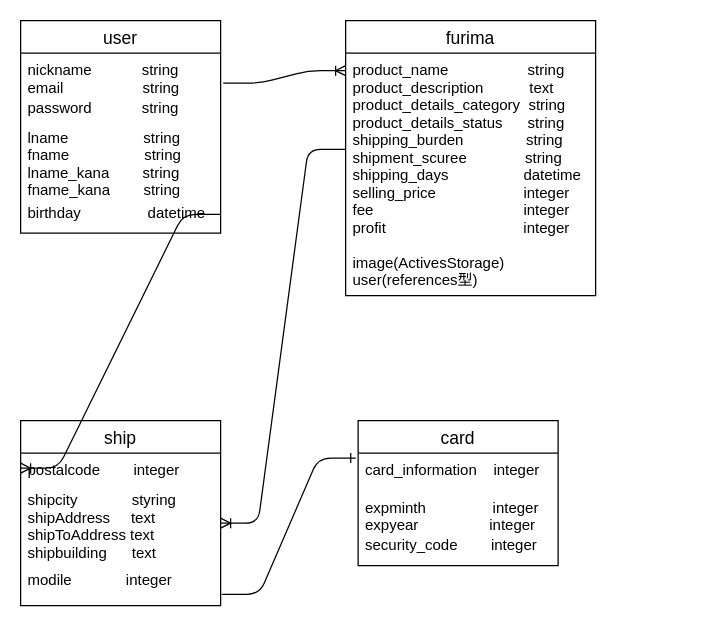
The draw.io diagram furima.dio in MasatakaTsuji/furima-30500, before the edit. Source tidied: cells renumbered, new cells numbered last; positions are measured from the earlier drawing's top-left corner, leaving out a move shared by most shapes. Both pictures are drawn from the tidied source at 125%, with x=0, y=0 at pixel (20, 20).
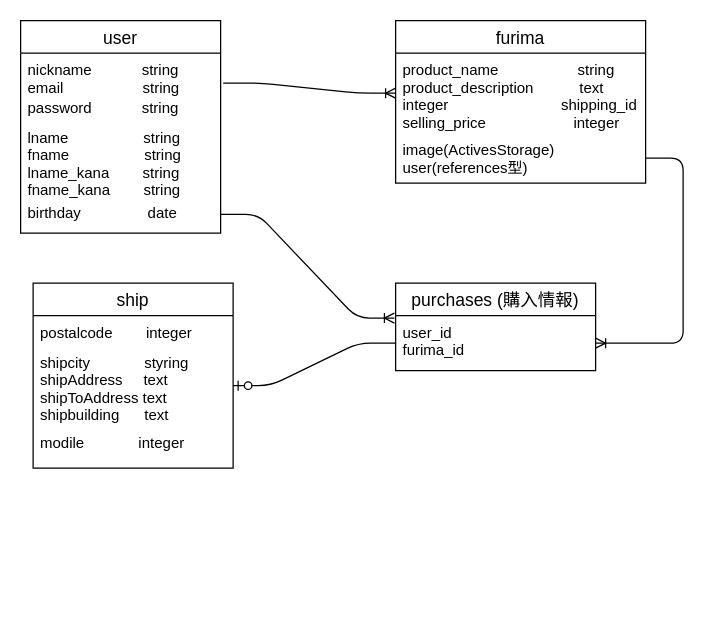
The same diagram, later.

The change refers to these unchanged cells:
```xml
<mxCell id="2" value="user" style="swimlane;fontStyle=0;horizontal=1;startSize=26;align=center;fontSize=14;" parent="1" vertex="1">
  <mxGeometry width="160" height="170" as="geometry" />
</mxCell>
<mxCell id="3" value="nickname            string&#10;email                   string " style="text;strokeColor=none;fillColor=none;spacingLeft=4;spacingRight=4;overflow=hidden;points=[[0,0.5],[1,0.5]];portConstraint=eastwest;fontSize=12;" parent="2" vertex="1">
  <mxGeometry y="26" width="160" height="30" as="geometry" />
</mxCell>
<mxCell id="8" value="postalcode        integer&#10;" style="text;strokeColor=none;fillColor=none;spacingLeft=4;spacingRight=4;overflow=hidden;points=[[0,0.5],[1,0.5]];portConstraint=eastwest;fontSize=12;" parent="7" vertex="1">
  <mxGeometry y="26" width="160" height="24" as="geometry" />
</mxCell>
<mxCell id="9" value="shipcity             styring&#10;shipAddress     text&#10;shipToAddress text&#10;shipbuilding      text" style="text;strokeColor=none;fillColor=none;spacingLeft=4;spacingRight=4;overflow=hidden;points=[[0,0.5],[1,0.5]];portConstraint=eastwest;fontSize=12;" parent="7" vertex="1">
  <mxGeometry y="50" width="160" height="64" as="geometry" />
</mxCell>
<mxCell id="10" value="modile             integer" style="text;strokeColor=none;fillColor=none;spacingLeft=4;spacingRight=4;overflow=hidden;points=[[0,0.5],[1,0.5]];portConstraint=eastwest;fontSize=12;" parent="7" vertex="1">
  <mxGeometry y="114" width="160" height="34" as="geometry" />
</mxCell>
```

Diff of the diagram source:
```diff
@@
-    <mxCell id="6" value="birthday                datetime" style="text;strokeColor=none;fillColor=none;spacingLeft=4;spacingRight=4;overflow=hidden;points=[[0,0.5],[1,0.5]];portConstraint=eastwest;fontSize=12;" parent="2" vertex="1">
+    <mxCell id="6" value="birthday                date" style="text;strokeColor=none;fillColor=none;spacingLeft=4;spacingRight=4;overflow=hidden;points=[[0,0.5],[1,0.5]];portConstraint=eastwest;fontSize=12;" parent="2" vertex="1">
       <mxGeometry y="140" width="160" height="30" as="geometry" />
     </mxCell>
+    <mxCell id="15" style="edgeStyle=entityRelationEdgeStyle;fontSize=12;html=1;endArrow=ERoneToMany;exitX=1.013;exitY=0.8;exitDx=0;exitDy=0;exitPerimeter=0;" parent="1" edge="1" source="3" target="17">
+      <mxGeometry relative="1" as="geometry" />
+    </mxCell>
+    <mxCell id="19" style="edgeStyle=entityRelationEdgeStyle;fontSize=12;html=1;endArrow=ERoneToMany;entryX=-0.006;entryY=0.045;entryDx=0;entryDy=0;entryPerimeter=0;" parent="1" edge="1" source="6" target="24">
+      <mxGeometry relative="1" as="geometry" />
+    </mxCell>
+    <mxCell id="20" style="edgeStyle=entityRelationEdgeStyle;fontSize=12;html=1;endArrow=ERoneToMany;" parent="1" edge="1" source="18" target="24">
+      <mxGeometry relative="1" as="geometry" />
+    </mxCell>
+    <mxCell id="16" value="furima" style="swimlane;fontStyle=0;horizontal=1;startSize=26;align=center;fontSize=14;" parent="1" vertex="1">
+      <mxGeometry x="300" width="200" height="130" as="geometry" />
+    </mxCell>
+    <mxCell id="17" value="product_name                   string&#10;product_description           text&#10;integer                           shipping_id&#10;selling_price                     integer" style="text;strokeColor=none;fillColor=none;spacingLeft=4;spacingRight=4;overflow=hidden;points=[[0,0.5],[1,0.5]];portConstraint=eastwest;fontSize=12;" parent="16" vertex="1">
+      <mxGeometry y="26" width="200" height="64" as="geometry" />
+    </mxCell>
+    <mxCell id="18" value="image(ActivesStorage)&#10;user(references型)" style="text;strokeColor=none;fillColor=none;spacingLeft=4;spacingRight=4;overflow=hidden;points=[[0,0.5],[1,0.5]];portConstraint=eastwest;fontSize=12;" parent="16" vertex="1">
+      <mxGeometry y="90" width="200" height="40" as="geometry" />
+    </mxCell>
+    <mxCell id="22" style="edgeStyle=entityRelationEdgeStyle;fontSize=12;html=1;endArrow=ERzeroToOne;endFill=1;" parent="1" edge="1" source="24" target="9">
+      <mxGeometry relative="1" as="geometry" />
+    </mxCell>
+    <mxCell id="23" value="purchases (購入情報)" style="swimlane;fontStyle=0;horizontal=1;startSize=26;align=center;fontSize=14;" parent="1" vertex="1">
+      <mxGeometry x="300" y="210" width="160" height="70" as="geometry" />
+    </mxCell>
+    <mxCell id="24" value="user_id                  &#10;furima_id" style="text;strokeColor=none;fillColor=none;spacingLeft=4;spacingRight=4;overflow=hidden;points=[[0,0.5],[1,0.5]];portConstraint=eastwest;fontSize=12;" parent="23" vertex="1">
+      <mxGeometry y="26" width="160" height="44" as="geometry" />
+    </mxCell>
     <mxCell id="7" value="ship" style="swimlane;fontStyle=0;horizontal=1;startSize=26;align=center;fontSize=14;" parent="1" vertex="1">
-      <mxGeometry y="320" width="160" height="148" as="geometry" />
+      <mxGeometry x="10" y="210" width="160" height="148" as="geometry" />
     </mxCell>
@@
-    <mxCell id="11" value="card" style="swimlane;fontStyle=0;horizontal=1;startSize=26;align=center;fontSize=14;" parent="1" vertex="1">
-      <mxGeometry x="270" y="320" width="160" height="116" as="geometry" />
-    </mxCell>
-    <mxCell id="12" value="card_information    integer" style="text;strokeColor=none;fillColor=none;spacingLeft=4;spacingRight=4;overflow=hidden;points=[[0,0.5],[1,0.5]];portConstraint=eastwest;fontSize=12;" parent="11" vertex="1">
-      <mxGeometry y="26" width="160" height="30" as="geometry" />
-    </mxCell>
-    <mxCell id="13" value="expminth                integer &#10;expyear                 integer&#10;" style="text;strokeColor=none;fillColor=none;spacingLeft=4;spacingRight=4;overflow=hidden;fontSize=12;" parent="11" vertex="1">
-      <mxGeometry y="56" width="160" height="30" as="geometry" />
-    </mxCell>
-    <mxCell id="14" value="security_code        integer" style="text;strokeColor=none;fillColor=none;spacingLeft=4;spacingRight=4;overflow=hidden;fontSize=12;" parent="11" vertex="1">
-      <mxGeometry y="86" width="160" height="30" as="geometry" />
-    </mxCell>
-    <mxCell id="15" style="edgeStyle=entityRelationEdgeStyle;fontSize=12;html=1;endArrow=ERoneToMany;exitX=1.013;exitY=0.8;exitDx=0;exitDy=0;exitPerimeter=0;" parent="1" edge="1" source="3">
-      <mxGeometry relative="1" as="geometry">
-        <mxPoint x="260" y="40" as="targetPoint" />
-      </mxGeometry>
-    </mxCell>
-    <mxCell id="16" value="furima" style="swimlane;fontStyle=0;horizontal=1;startSize=26;align=center;fontSize=14;" parent="1" vertex="1">
-      <mxGeometry x="260" width="200" height="220" as="geometry" />
-    </mxCell>
-    <mxCell id="17" value="product_name                   string&#10;product_description           text&#10;product_details_category  string&#10;product_details_status      string &#10;shipping_burden               string&#10;shipment_scuree              string&#10;shipping_days                  datetime&#10;selling_price                     integer&#10;fee                                    integer&#10;profit                                 integer" style="text;strokeColor=none;fillColor=none;spacingLeft=4;spacingRight=4;overflow=hidden;points=[[0,0.5],[1,0.5]];portConstraint=eastwest;fontSize=12;" parent="16" vertex="1">
-      <mxGeometry y="26" width="200" height="154" as="geometry" />
-    </mxCell>
-    <mxCell id="18" value="image(ActivesStorage)&#10;user(references型)" style="text;strokeColor=none;fillColor=none;spacingLeft=4;spacingRight=4;overflow=hidden;points=[[0,0.5],[1,0.5]];portConstraint=eastwest;fontSize=12;" parent="16" vertex="1">
-      <mxGeometry y="180" width="200" height="40" as="geometry" />
-    </mxCell>
-    <mxCell id="19" style="edgeStyle=entityRelationEdgeStyle;fontSize=12;html=1;endArrow=ERoneToMany;entryX=0;entryY=0.5;entryDx=0;entryDy=0;exitX=1;exitY=0.5;exitDx=0;exitDy=0;" parent="1" edge="1" source="6" target="8">
-      <mxGeometry relative="1" as="geometry" />
-    </mxCell>
-    <mxCell id="20" style="edgeStyle=entityRelationEdgeStyle;fontSize=12;html=1;endArrow=ERoneToMany;" parent="1" edge="1" source="17" target="9">
-      <mxGeometry relative="1" as="geometry" />
-    </mxCell>
-    <mxCell id="21" style="edgeStyle=entityRelationEdgeStyle;fontSize=12;html=1;endArrow=ERone;endFill=1;entryX=-0.012;entryY=0.133;entryDx=0;entryDy=0;entryPerimeter=0;exitX=1.006;exitY=0.735;exitDx=0;exitDy=0;exitPerimeter=0;" parent="1" edge="1" source="10" target="12">
-      <mxGeometry relative="1" as="geometry" />
-    </mxCell>
```
